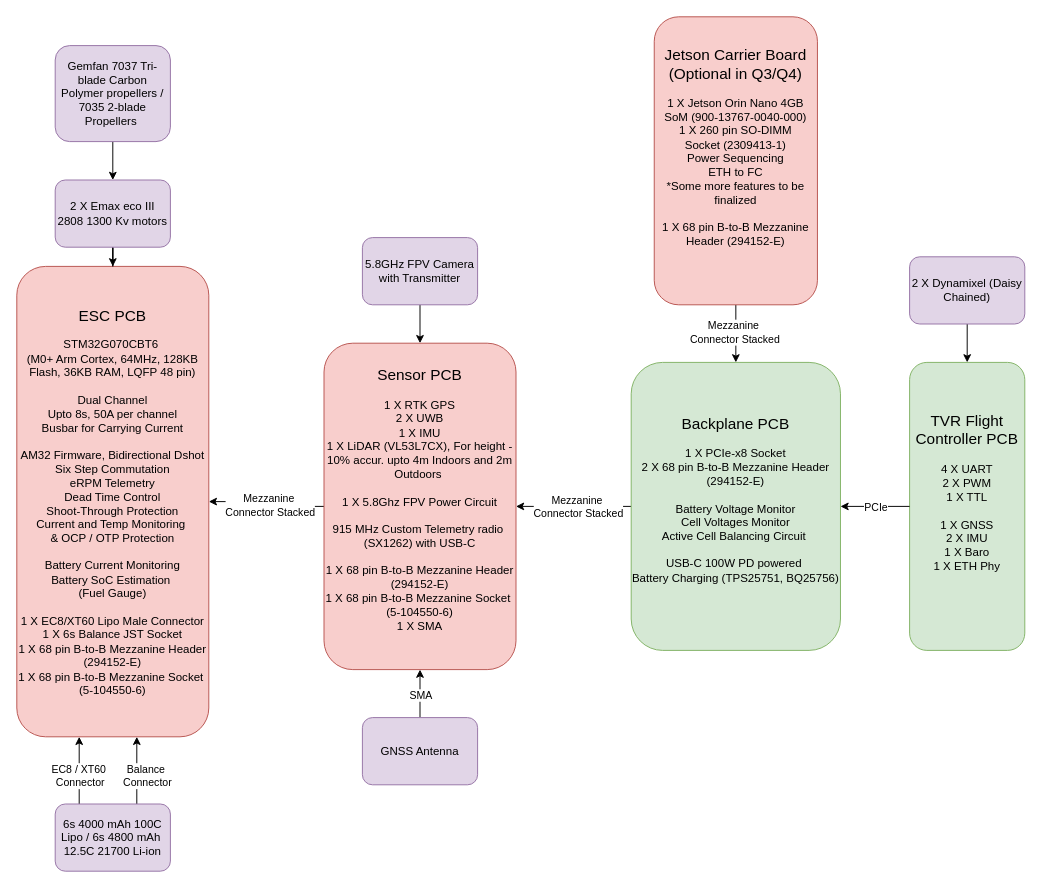
UBC-Rocket/thrust_vectoring_consolidated keeps this draw.io diagram as electrical-hardware/TVR_Hardware_Stack_2026-27.drawio. Above is the earlier version. Source tidied: cells renumbered, new cells numbered last; positions are measured from the earlier drawing's top-left corner, leaving out a move shared by most shapes. Both pictures are drawn from the tidied source at 96%, with x=0, y=0 at pixel (16, 16).
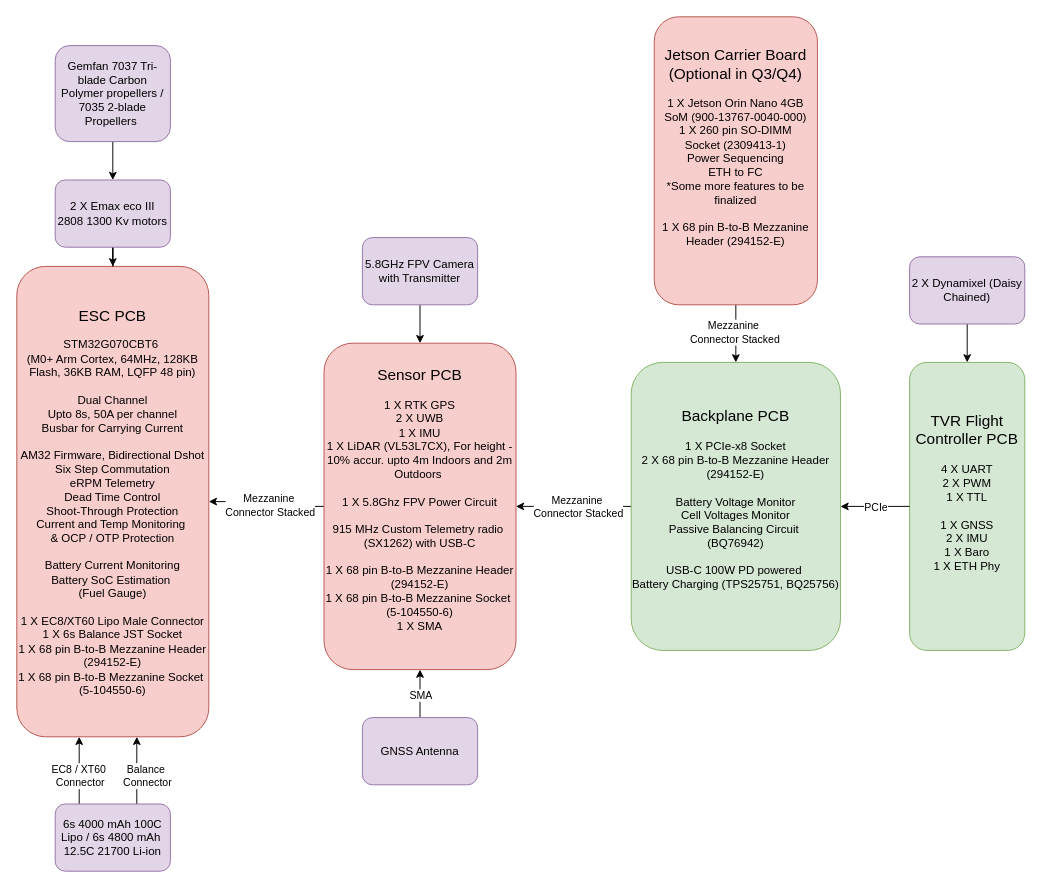
The same page after the edit.

Commit message:
High Level

What changed in the source:
```diff
@@
-    <mxCell id="5" value="&lt;div&gt;&lt;font style=&quot;font-size: 16px;&quot;&gt;Backplane PCB&lt;/font&gt;&lt;/div&gt;&lt;div&gt;&lt;br&gt;&lt;/div&gt;&lt;div&gt;1 X PCIe-x8 Socket&lt;/div&gt;&lt;div&gt;2 X&amp;nbsp;&lt;span style=&quot;background-color: transparent; color: light-dark(rgb(0, 0, 0), rgb(255, 255, 255));&quot;&gt;68 pin B-to-B Mezzanine Header (294152-E)&lt;/span&gt;&lt;/div&gt;&lt;div&gt;&lt;br&gt;&lt;/div&gt;&lt;div&gt;Battery Voltage Monitor&lt;/div&gt;&lt;div&gt;Cell Voltages Monitor&lt;/div&gt;&lt;div&gt;Active Cell Balancing Circuit&amp;nbsp;&lt;/div&gt;&lt;div&gt;&lt;br&gt;&lt;/div&gt;&lt;div&gt;&lt;span style=&quot;background-color: transparent; color: light-dark(rgb(0, 0, 0), rgb(255, 255, 255));&quot;&gt;USB-C 100W PD powered&amp;nbsp;&lt;/span&gt;&lt;/div&gt;&lt;div&gt;&lt;span style=&quot;background-color: transparent; color: light-dark(rgb(0, 0, 0), rgb(255, 255, 255));&quot;&gt;Battery Charging (&lt;/span&gt;&lt;span style=&quot;background-color: transparent; color: light-dark(rgb(0, 0, 0), rgb(255, 255, 255));&quot;&gt;TPS25751,&amp;nbsp;&lt;/span&gt;&lt;span style=&quot;background-color: transparent; color: light-dark(rgb(0, 0, 0), rgb(255, 255, 255));&quot;&gt;BQ25756)&lt;/span&gt;&lt;/div&gt;&lt;div&gt;&lt;br&gt;&lt;/div&gt;" style="rounded=1;whiteSpace=wrap;html=1;fillColor=#d5e8d4;strokeColor=#82b366;" parent="1" vertex="1">
+    <mxCell id="5" value="&lt;div&gt;&lt;font style=&quot;font-size: 16px;&quot;&gt;Backplane PCB&lt;/font&gt;&lt;/div&gt;&lt;div&gt;&lt;br&gt;&lt;/div&gt;&lt;div&gt;1 X PCIe-x8 Socket&lt;/div&gt;&lt;div&gt;2 X&amp;nbsp;&lt;span style=&quot;background-color: transparent; color: light-dark(rgb(0, 0, 0), rgb(255, 255, 255));&quot;&gt;68 pin B-to-B Mezzanine Header (294152-E)&lt;/span&gt;&lt;/div&gt;&lt;div&gt;&lt;br&gt;&lt;/div&gt;&lt;div&gt;Battery Voltage Monitor&lt;/div&gt;&lt;div&gt;Cell Voltages Monitor&lt;/div&gt;&lt;div&gt;Passive Balancing Circuit&amp;nbsp;&lt;br&gt;(BQ76942)&lt;/div&gt;&lt;div&gt;&lt;br&gt;&lt;/div&gt;&lt;div&gt;&lt;span style=&quot;background-color: transparent; color: light-dark(rgb(0, 0, 0), rgb(255, 255, 255));&quot;&gt;USB-C 100W PD powered&amp;nbsp;&lt;/span&gt;&lt;/div&gt;&lt;div&gt;&lt;span style=&quot;background-color: transparent; color: light-dark(rgb(0, 0, 0), rgb(255, 255, 255));&quot;&gt;Battery Charging (&lt;/span&gt;&lt;span style=&quot;background-color: transparent; color: light-dark(rgb(0, 0, 0), rgb(255, 255, 255));&quot;&gt;TPS25751,&amp;nbsp;&lt;/span&gt;&lt;span style=&quot;background-color: transparent; color: light-dark(rgb(0, 0, 0), rgb(255, 255, 255));&quot;&gt;BQ25756)&lt;/span&gt;&lt;/div&gt;&lt;div&gt;&lt;br&gt;&lt;/div&gt;" style="rounded=1;whiteSpace=wrap;html=1;fillColor=#d5e8d4;strokeColor=#82b366;" parent="1" vertex="1">
       <mxGeometry x="640" y="360" width="218" height="300" as="geometry" />
     </mxCell>
```
